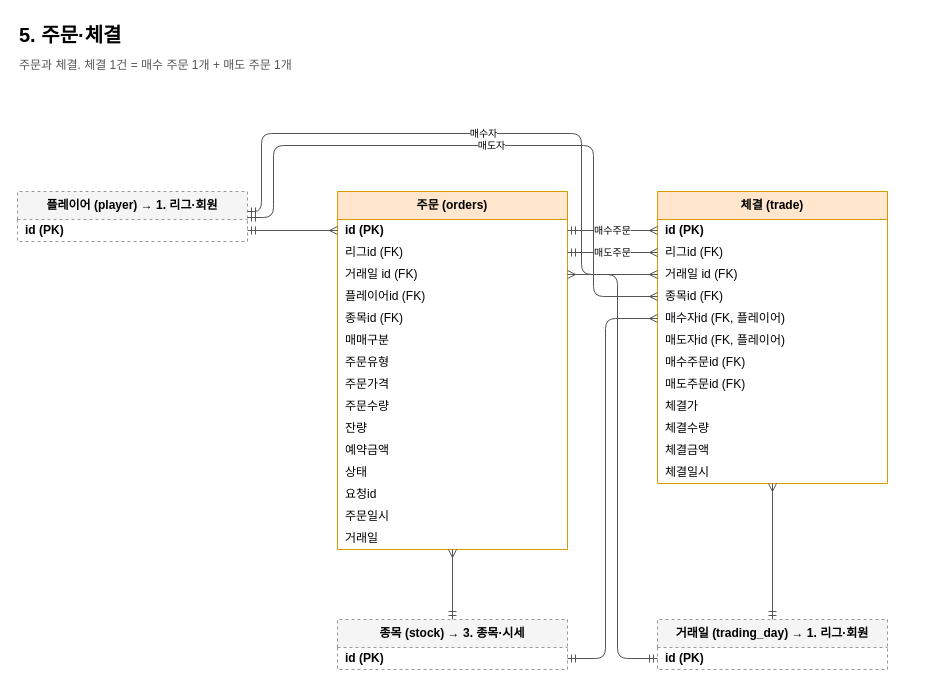
Before: page "5. 주문·체결" (6 of 9) of docs/erd/naspi.drawio in JECT-Study/naspi-5th-Server, a draw.io diagram. Source tidied: cells renumbered, new cells numbered last; positions are measured from the earlier drawing's top-left corner, leaving out a move shared by most shapes. Both pictures are drawn from the tidied source at 100%, with x=0, y=0 at pixel (17, 17).
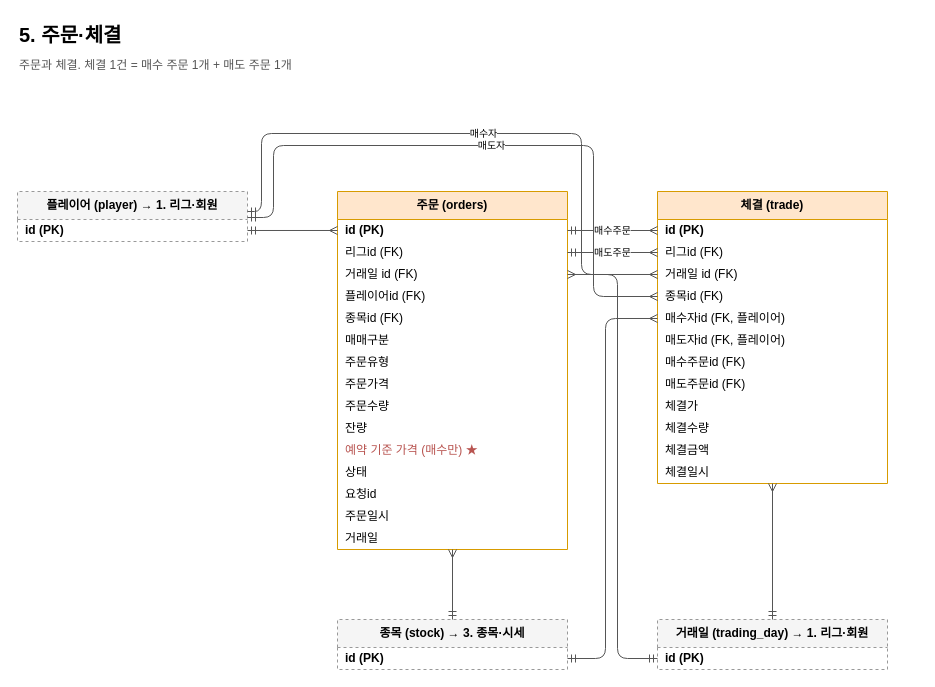
After the change.

The change refers to these unchanged cells:
```xml
<mxCell id="2" value="주문 (orders)" style="swimlane;fontStyle=1;horizontal=1;startSize=28;html=1;whiteSpace=wrap;fillColor=#ffe6cc;strokeColor=#d79b00;" parent="1" vertex="1">
  <mxGeometry x="320" y="174" width="230" height="358" as="geometry" />
</mxCell>
```

The edit, as a diff of the source:
```diff
@@
-    <mxCell id="13" value="예약금액" style="text;strokeColor=none;fillColor=none;align=left;verticalAlign=middle;spacingLeft=6;overflow=hidden;html=1;" parent="2" vertex="1">
+    <mxCell id="13" value="예약 기준 가격 (매수만) ★" style="text;strokeColor=none;fillColor=none;align=left;verticalAlign=middle;spacingLeft=6;overflow=hidden;html=1;fontColor=#B85450;" parent="2" vertex="1">
       <mxGeometry y="248" width="230" height="22" as="geometry" />
     </mxCell>
```
